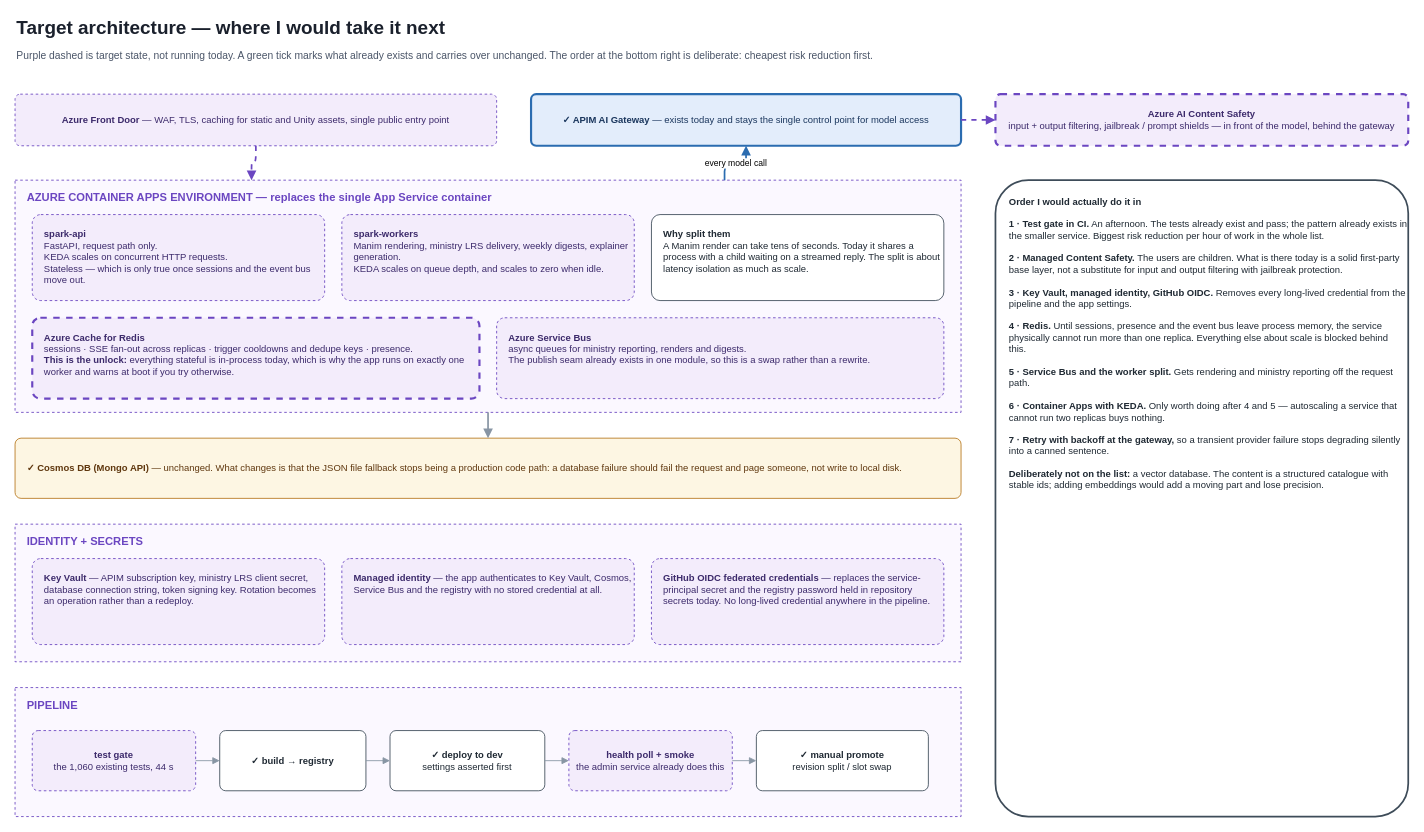
The draw.io diagram page "4 · Target architecture" (4 of 4) of docs/architecture/yuvi-720-architecture.drawio in UBTECH-ORGANIZATION/yuvi-720, before the edit. Source tidied: cells renumbered, new cells numbered last; positions are measured from the earlier drawing's top-left corner, leaving out a move shared by most shapes. Both pictures are drawn from the tidied source at 86%, with x=0, y=0 at pixel (15, 15).
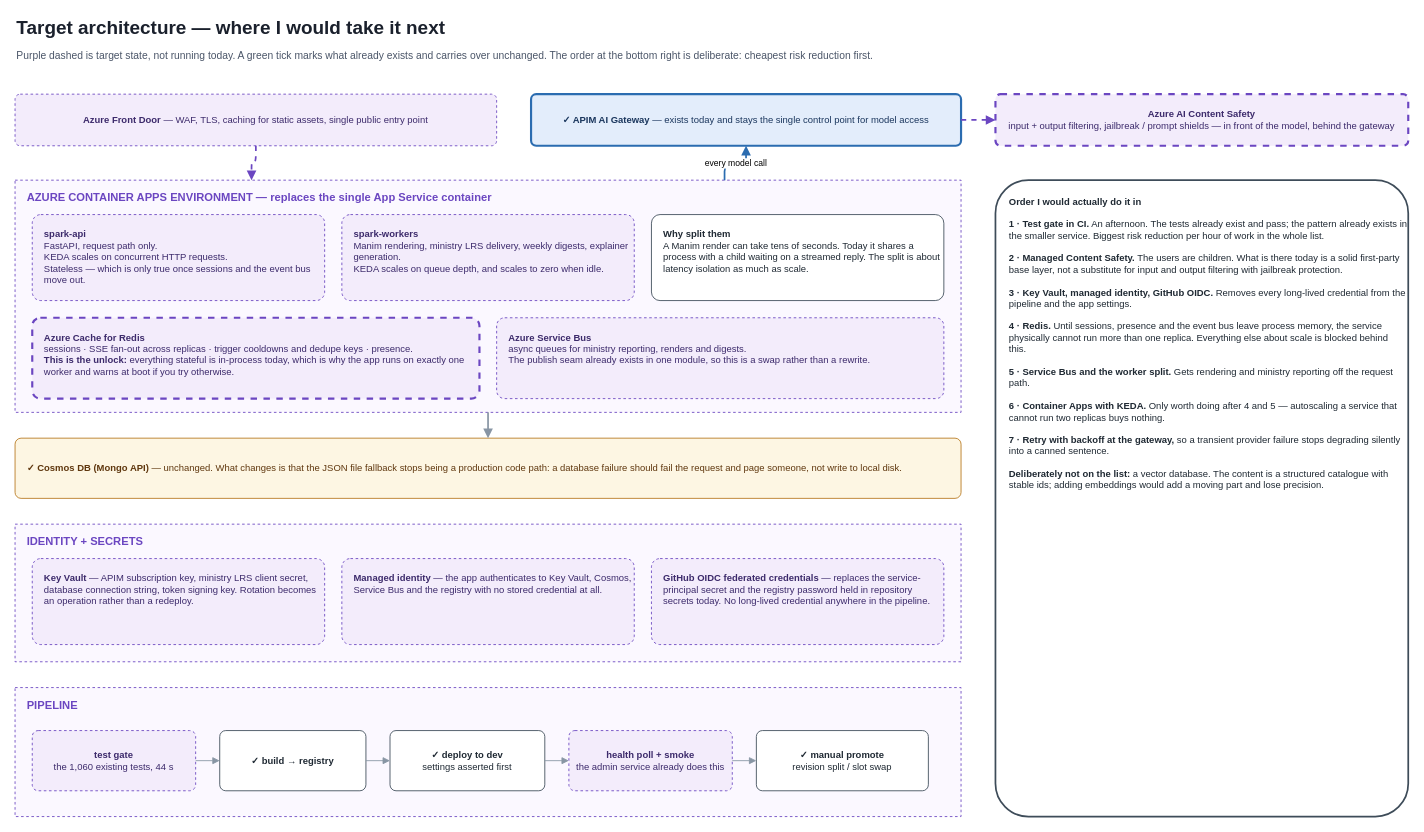
Above is the later version.

The edit, as a diff of the source:
```diff
@@
-    <mxCell id="4" value="&lt;b&gt;Azure Front Door&lt;/b&gt; — WAF, TLS, caching for static and Unity assets, single public entry point" style="rounded=1;arcSize=10;whiteSpace=wrap;html=1;fillColor=#F3ECFB;strokeColor=#6B46C1;fontSize=11;fontColor=#3C2A6B;dashed=1;" parent="1" vertex="1">
+    <mxCell id="4" value="&lt;b&gt;Azure Front Door&lt;/b&gt; — WAF, TLS, caching for static assets, single public entry point" style="rounded=1;arcSize=10;whiteSpace=wrap;html=1;fillColor=#F3ECFB;strokeColor=#6B46C1;fontSize=11;fontColor=#3C2A6B;dashed=1;" parent="1" vertex="1">
       <mxGeometry y="92" width="560" height="60" as="geometry" />
     </mxCell>
```
